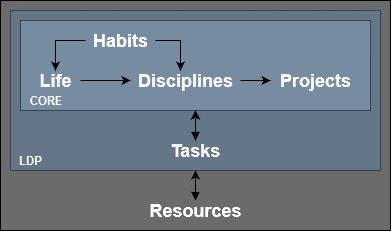
The draw.io diagram 600 Resources/Habits, Life, Disciplines, Projects.drawio.png in uwidev/life-disciplines-projects, before a commit. Source tidied: cells renumbered, new cells last; positions are measured from the earlier drawing's top-left corner, leaving out a move shared by most shapes.
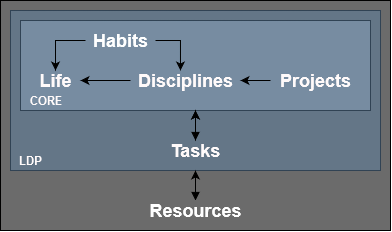
After the change.

What changed in the source:
```diff
@@ -40,13 +40,13 @@
     <mxCell id="11" value="&lt;div&gt;&lt;font style=&quot;font-size: 18px&quot;&gt;Habits&lt;/font&gt;&lt;/div&gt;" style="text;html=1;align=center;verticalAlign=middle;points=[];strokeColor=none;fillColor=none;fontStyle=1;fontColor=#FFFFFF;" parent="1" vertex="1">
       <mxGeometry x="85" y="30" width="70" height="20" as="geometry" />
     </mxCell>
-    <mxCell id="12" style="edgeStyle=orthogonalEdgeStyle;rounded=0;jettySize=auto;html=1;" parent="1" edge="1" source="13" target="8">
+    <mxCell id="12" style="edgeStyle=orthogonalEdgeStyle;rounded=0;jettySize=auto;html=1;" parent="1" edge="1" source="8" target="13">
       <mxGeometry relative="1" as="geometry" />
     </mxCell>
     <mxCell id="13" value="&lt;font style=&quot;font-size: 18px&quot;&gt;Disciplines&lt;/font&gt;" style="text;html=1;align=center;verticalAlign=middle;points=[];strokeColor=none;fillColor=none;fontStyle=1;fontColor=#FFFAFA;" parent="1" vertex="1">
       <mxGeometry x="130" y="70" width="110" height="20" as="geometry" />
     </mxCell>
-    <mxCell id="14" style="edgeStyle=orthogonalEdgeStyle;rounded=0;jettySize=auto;html=1;" parent="1" edge="1" source="15" target="13">
+    <mxCell id="14" style="edgeStyle=orthogonalEdgeStyle;rounded=0;jettySize=auto;html=1;" parent="1" edge="1" source="13" target="15">
       <mxGeometry relative="1" as="geometry" />
     </mxCell>
     <mxCell id="15" value="&lt;div style=&quot;font-size: 18px&quot;&gt;&lt;font style=&quot;font-size: 18px&quot;&gt;Life&lt;/font&gt;&lt;/div&gt;" style="text;html=1;align=center;verticalAlign=middle;points=[];strokeColor=none;fillColor=none;fontStyle=1;fontColor=#FFFAFA;" parent="1" vertex="1">
```
